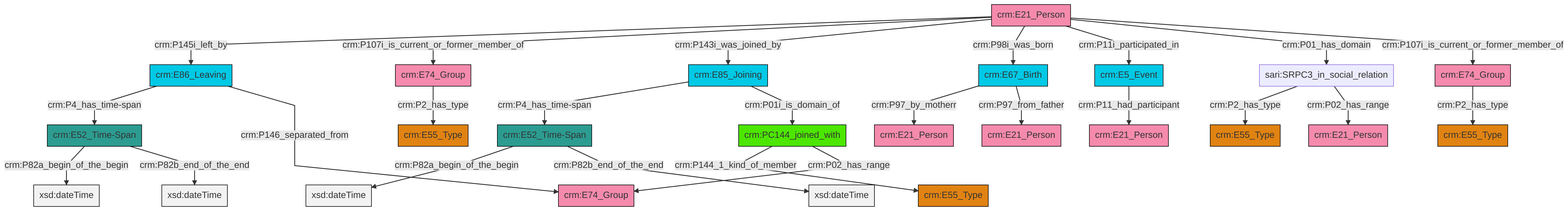
swiss-art-research-net/docs.swissartresearch keeps this Mermaid diagram as et/personCSV/ttl/mmd/png/Person_Actor_Relations.png. Above is the earlier version. Its source is kept beside it as et/personCSV/ttl/mmd/Person_Actor_Relations.ttl.mmd.
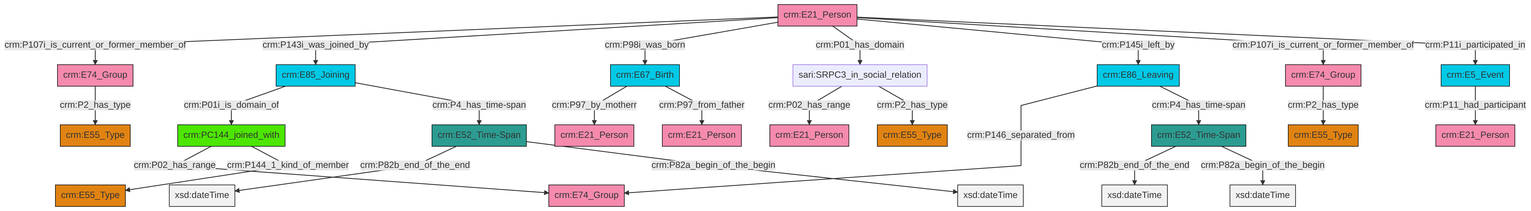
The same file after the commit.

Diff of the diagram source:
```diff
@@ -13,27 +13,27 @@
 classDef PC_Classes fill:#4ce600, stroke:#000000;
 classDef Multi fill:#cccccc,stroke:#000000;
 
-0["crm:E21_Person"]:::Actor -->|crm:P145i_left_by| 1["crm:E86_Leaving"]:::Temporal_Entity
-0["crm:E21_Person"]:::Actor -->|crm:P107i_is_current_or_former_member_of| 4["crm:E74_Group"]:::Actor
-7["crm:E52_Time-Span"]:::Time-Span -->|crm:P82a_begin_of_the_begin| 8[xsd:dateTime]:::Literal
-1["crm:E86_Leaving"]:::Temporal_Entity -->|crm:P4_has_time-span| 7["crm:E52_Time-Span"]:::Time-Span
-12["crm:E52_Time-Span"]:::Time-Span -->|crm:P82a_begin_of_the_begin| 13[xsd:dateTime]:::Literal
-0["crm:E21_Person"]:::Actor -->|crm:P143i_was_joined_by| 19["crm:E85_Joining"]:::Temporal_Entity
-4["crm:E74_Group"]:::Actor -->|crm:P2_has_type| 16["crm:E55_Type"]:::Type
-21["sari:SRPC3_in_social_relation"]:::Default -->|crm:P2_has_type| 10["crm:E55_Type"]:::Type
-19["crm:E85_Joining"]:::Temporal_Entity -->|crm:P4_has_time-span| 12["crm:E52_Time-Span"]:::Time-Span
-0["crm:E21_Person"]:::Actor -->|crm:P98i_was_born| 5["crm:E67_Birth"]:::Temporal_Entity
-19["crm:E85_Joining"]:::Temporal_Entity -->|crm:P01i_is_domain_of| 27["crm:PC144_joined_with"]:::PC_Classes
-0["crm:E21_Person"]:::Actor -->|crm:P11i_participated_in| 2["crm:E5_Event"]:::Temporal_Entity
-27["crm:PC144_joined_with"]:::PC_Classes -->|crm:P144_1_kind_of_member| 23["crm:E55_Type"]:::Type
-7["crm:E52_Time-Span"]:::Time-Span -->|crm:P82b_end_of_the_end| 34[xsd:dateTime]:::Literal
-5["crm:E67_Birth"]:::Temporal_Entity -->|crm:P97_by_motherr| 35["crm:E21_Person"]:::Actor
-1["crm:E86_Leaving"]:::Temporal_Entity -->|crm:P146_separated_from| 30["crm:E74_Group"]:::Actor
-5["crm:E67_Birth"]:::Temporal_Entity -->|crm:P97_from_father| 36["crm:E21_Person"]:::Actor
-12["crm:E52_Time-Span"]:::Time-Span -->|crm:P82b_end_of_the_end| 38[xsd:dateTime]:::Literal
-0["crm:E21_Person"]:::Actor -->|crm:P01_has_domain| 21["sari:SRPC3_in_social_relation"]:::Default
-27["crm:PC144_joined_with"]:::PC_Classes -->|crm:P02_has_range| 30["crm:E74_Group"]:::Actor
-21["sari:SRPC3_in_social_relation"]:::Default -->|crm:P02_has_range| 42["crm:E21_Person"]:::Actor
-2["crm:E5_Event"]:::Temporal_Entity -->|crm:P11_had_participant| 44["crm:E21_Person"]:::Actor
-40["crm:E74_Group"]:::Actor -->|crm:P2_has_type| 14["crm:E55_Type"]:::Type
-0["crm:E21_Person"]:::Actor -->|crm:P107i_is_current_or_former_member_of| 40["crm:E74_Group"]:::Actor
+0["crm:E21_Person"]:::Actor -->|crm:P107i_is_current_or_former_member_of| 1["crm:E74_Group"]:::Actor
+2["crm:E52_Time-Span"]:::Time-Span -->|crm:P82b_end_of_the_end| 3[xsd:dateTime]:::Literal
+14["crm:E67_Birth"]:::Temporal_Entity -->|crm:P97_by_motherr| 15["crm:E21_Person"]:::Actor
+0["crm:E21_Person"]:::Actor -->|crm:P143i_was_joined_by| 8["crm:E85_Joining"]:::Temporal_Entity
+12["crm:E86_Leaving"]:::Temporal_Entity -->|crm:P146_separated_from| 16["crm:E74_Group"]:::Actor
+14["crm:E67_Birth"]:::Temporal_Entity -->|crm:P97_from_father| 6["crm:E21_Person"]:::Actor
+19["crm:PC144_joined_with"]:::PC_Classes -->|crm:P02_has_range| 16["crm:E74_Group"]:::Actor
+12["crm:E86_Leaving"]:::Temporal_Entity -->|crm:P4_has_time-span| 20["crm:E52_Time-Span"]:::Time-Span
+20["crm:E52_Time-Span"]:::Time-Span -->|crm:P82b_end_of_the_end| 21[xsd:dateTime]:::Literal
+2["crm:E52_Time-Span"]:::Time-Span -->|crm:P82a_begin_of_the_begin| 24[xsd:dateTime]:::Literal
+27["crm:E5_Event"]:::Temporal_Entity -->|crm:P11_had_participant| 28["crm:E21_Person"]:::Actor
+0["crm:E21_Person"]:::Actor -->|crm:P98i_was_born| 14["crm:E67_Birth"]:::Temporal_Entity
+0["crm:E21_Person"]:::Actor -->|crm:P01_has_domain| 4["sari:SRPC3_in_social_relation"]:::Default
+8["crm:E85_Joining"]:::Temporal_Entity -->|crm:P01i_is_domain_of| 19["crm:PC144_joined_with"]:::PC_Classes
+0["crm:E21_Person"]:::Actor -->|crm:P145i_left_by| 12["crm:E86_Leaving"]:::Temporal_Entity
+19["crm:PC144_joined_with"]:::PC_Classes -->|crm:P144_1_kind_of_member| 10["crm:E55_Type"]:::Type
+37["crm:E74_Group"]:::Actor -->|crm:P2_has_type| 30["crm:E55_Type"]:::Type
+0["crm:E21_Person"]:::Actor -->|crm:P107i_is_current_or_former_member_of| 37["crm:E74_Group"]:::Actor
+0["crm:E21_Person"]:::Actor -->|crm:P11i_participated_in| 27["crm:E5_Event"]:::Temporal_Entity
+8["crm:E85_Joining"]:::Temporal_Entity -->|crm:P4_has_time-span| 2["crm:E52_Time-Span"]:::Time-Span
+20["crm:E52_Time-Span"]:::Time-Span -->|crm:P82a_begin_of_the_begin| 43[xsd:dateTime]:::Literal
+4["sari:SRPC3_in_social_relation"]:::Default -->|crm:P02_has_range| 44["crm:E21_Person"]:::Actor
+1["crm:E74_Group"]:::Actor -->|crm:P2_has_type| 33["crm:E55_Type"]:::Type
+4["sari:SRPC3_in_social_relation"]:::Default -->|crm:P2_has_type| 25["crm:E55_Type"]:::Type
```
